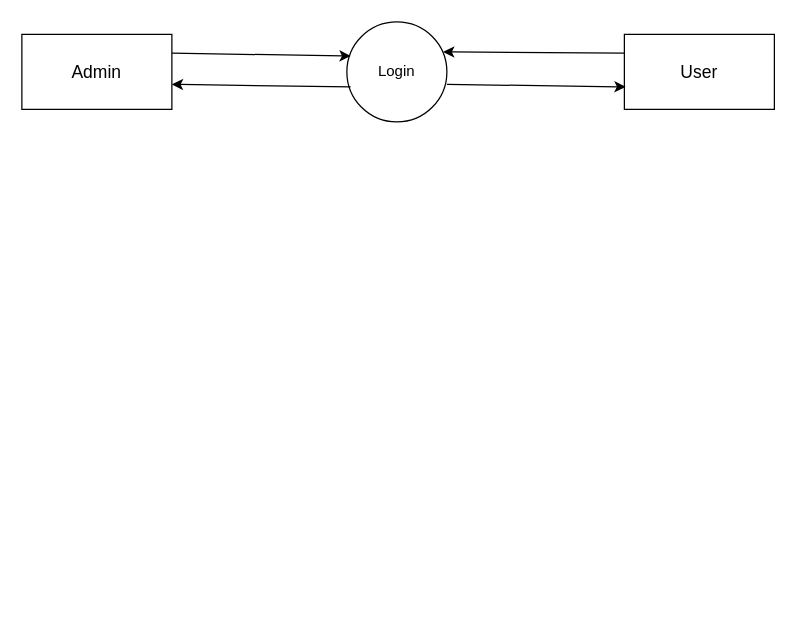
The draw.io diagram reeview-level1-dfd.drawio in aashu-kattel/Sys.-Analysis-Design, before the edit. Source tidied: cells renumbered, new cells numbered last; positions are measured from the earlier drawing's top-left corner, leaving out a move shared by most shapes. Both pictures are drawn from the tidied source at 125%, with x=0, y=0 at pixel (21, 21).
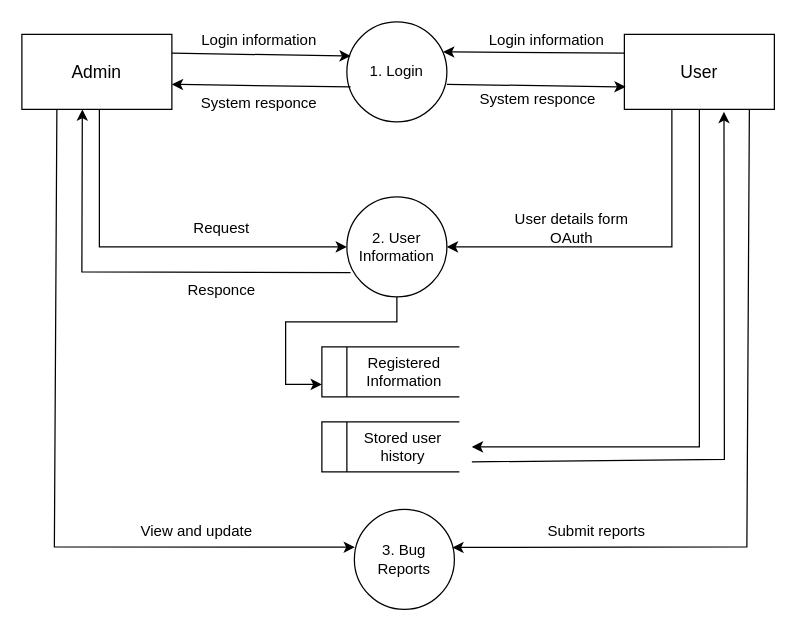
Above is the later version.

Unchanged cells that the change refers to:
```xml
<mxCell id="2" value="&lt;font style=&quot;font-size: 14px;&quot;&gt;Admin&lt;/font&gt;" style="rounded=0;whiteSpace=wrap;html=1;fillColor=none;" parent="1" vertex="1">
  <mxGeometry y="10" width="120" height="60" as="geometry" />
</mxCell>
<mxCell id="4" value="&lt;font style=&quot;font-size: 14px;&quot;&gt;User&lt;/font&gt;" style="rounded=0;whiteSpace=wrap;html=1;fillColor=none;" parent="1" vertex="1">
  <mxGeometry x="482" y="10" width="120" height="60" as="geometry" />
</mxCell>
```

Diff of the diagram source:
```diff
@@
-    <mxCell id="3" value="Login" style="ellipse;whiteSpace=wrap;html=1;fillColor=none;" parent="1" vertex="1">
+    <mxCell id="3" value="1. Login" style="ellipse;whiteSpace=wrap;html=1;fillColor=none;" parent="1" vertex="1">
       <mxGeometry x="260" width="80" height="80" as="geometry" />
     </mxCell>
@@
+    <mxCell id="9" value="Login information" style="text;html=1;align=center;verticalAlign=middle;whiteSpace=wrap;rounded=0;" parent="1" vertex="1">
+      <mxGeometry x="140" width="100" height="30" as="geometry" />
+    </mxCell>
+    <mxCell id="10" value="Login information" style="text;html=1;align=center;verticalAlign=middle;whiteSpace=wrap;rounded=0;" parent="1" vertex="1">
+      <mxGeometry x="370" width="100" height="30" as="geometry" />
+    </mxCell>
+    <mxCell id="11" value="System responce" style="text;html=1;align=center;verticalAlign=middle;whiteSpace=wrap;rounded=0;" parent="1" vertex="1">
+      <mxGeometry x="140" y="50" width="100" height="30" as="geometry" />
+    </mxCell>
+    <mxCell id="12" value="System responce" style="text;html=1;align=center;verticalAlign=middle;whiteSpace=wrap;rounded=0;" parent="1" vertex="1">
+      <mxGeometry x="363" y="47" width="100" height="30" as="geometry" />
+    </mxCell>
+    <mxCell id="13" style="edgeStyle=orthogonalEdgeStyle;rounded=0;jettySize=auto;html=1;exitX=0.5;exitY=1;exitDx=0;exitDy=0;" parent="1" edge="1" source="14">
+      <mxGeometry relative="1" as="geometry">
+        <mxPoint x="240" y="290" as="targetPoint" />
+        <Array as="points">
+          <mxPoint x="300" y="240" />
+          <mxPoint x="211" y="240" />
+          <mxPoint x="211" y="290" />
+        </Array>
+      </mxGeometry>
+    </mxCell>
+    <mxCell id="14" value="2. User Information" style="ellipse;whiteSpace=wrap;html=1;fillColor=none;" parent="1" vertex="1">
+      <mxGeometry x="260" y="140" width="80" height="80" as="geometry" />
+    </mxCell>
+    <mxCell id="15" style="endArrow=classic;html=1;rounded=0;entryX=1;entryY=0.5;entryDx=0;entryDy=0;" parent="1" edge="1" target="14">
+      <mxGeometry relative="1" as="geometry">
+        <mxPoint x="520" y="70" as="sourcePoint" />
+        <Array as="points">
+          <mxPoint x="520" y="180" />
+        </Array>
+      </mxGeometry>
+    </mxCell>
+    <mxCell id="16" style="endArrow=classic;html=1;rounded=0;exitX=0.5;exitY=1;exitDx=0;exitDy=0;entryX=0;entryY=0.5;entryDx=0;entryDy=0;" parent="1" edge="1" target="14">
+      <mxGeometry relative="1" as="geometry">
+        <mxPoint x="62" y="70" as="sourcePoint" />
+        <Array as="points">
+          <mxPoint x="62" y="180" />
+        </Array>
+      </mxGeometry>
+    </mxCell>
+    <mxCell id="17" value="User details form OAuth" style="text;html=1;align=center;verticalAlign=middle;whiteSpace=wrap;rounded=0;" parent="1" vertex="1">
+      <mxGeometry x="390" y="150" width="100" height="30" as="geometry" />
+    </mxCell>
+    <mxCell id="18" value="Request" style="text;html=1;align=center;verticalAlign=middle;whiteSpace=wrap;rounded=0;" parent="1" vertex="1">
+      <mxGeometry x="110" y="150" width="100" height="30" as="geometry" />
+    </mxCell>
+    <mxCell id="19" style="endArrow=classic;html=1;rounded=0;exitX=0.037;exitY=0.758;exitDx=0;exitDy=0;exitPerimeter=0;entryX=0.403;entryY=1;entryDx=0;entryDy=0;entryPerimeter=0;" parent="1" edge="1" source="14" target="2">
+      <mxGeometry relative="1" as="geometry">
+        <Array as="points">
+          <mxPoint x="48" y="200" />
+        </Array>
+      </mxGeometry>
+    </mxCell>
+    <mxCell id="20" value="Responce" style="text;html=1;align=center;verticalAlign=middle;whiteSpace=wrap;rounded=0;" parent="1" vertex="1">
+      <mxGeometry x="110" y="200" width="100" height="30" as="geometry" />
+    </mxCell>
+    <mxCell id="21" style="endArrow=none;html=1;rounded=0;" parent="1" edge="1">
+      <mxGeometry relative="1" as="geometry">
+        <mxPoint x="350" y="300" as="sourcePoint" />
+        <mxPoint x="350" y="260" as="targetPoint" />
+        <Array as="points">
+          <mxPoint x="240" y="300" />
+          <mxPoint x="240" y="260" />
+        </Array>
+      </mxGeometry>
+    </mxCell>
+    <mxCell id="22" style="endArrow=none;html=1;rounded=0;" parent="1" edge="1">
+      <mxGeometry relative="1" as="geometry">
+        <mxPoint x="260" y="300" as="sourcePoint" />
+        <mxPoint x="260" y="260" as="targetPoint" />
+      </mxGeometry>
+    </mxCell>
+    <mxCell id="23" value="Registered&lt;div&gt;Information&lt;/div&gt;" style="text;html=1;align=center;verticalAlign=middle;whiteSpace=wrap;rounded=0;" parent="1" vertex="1">
+      <mxGeometry x="276" y="265" width="60" height="30" as="geometry" />
+    </mxCell>
+    <mxCell id="24" style="endArrow=none;html=1;rounded=0;" parent="1" edge="1">
+      <mxGeometry relative="1" as="geometry">
+        <mxPoint x="350" y="360" as="sourcePoint" />
+        <mxPoint x="350" y="320" as="targetPoint" />
+        <Array as="points">
+          <mxPoint x="240" y="360" />
+          <mxPoint x="240" y="320" />
+        </Array>
+      </mxGeometry>
+    </mxCell>
+    <mxCell id="25" style="endArrow=none;html=1;rounded=0;" parent="1" edge="1">
+      <mxGeometry relative="1" as="geometry">
+        <mxPoint x="260" y="360" as="sourcePoint" />
+        <mxPoint x="260" y="320" as="targetPoint" />
+      </mxGeometry>
+    </mxCell>
+    <mxCell id="26" value="Stored user history" style="text;html=1;align=center;verticalAlign=middle;whiteSpace=wrap;rounded=0;" parent="1" vertex="1">
+      <mxGeometry x="268" y="325" width="74" height="30" as="geometry" />
+    </mxCell>
+    <mxCell id="27" style="endArrow=classic;html=1;rounded=0;entryX=0.664;entryY=1.033;entryDx=0;entryDy=0;entryPerimeter=0;" parent="1" edge="1" target="4">
+      <mxGeometry relative="1" as="geometry">
+        <mxPoint x="360" y="352" as="sourcePoint" />
+        <Array as="points">
+          <mxPoint x="562" y="350" />
+        </Array>
+      </mxGeometry>
+    </mxCell>
+    <mxCell id="28" style="endArrow=classic;html=1;rounded=0;exitX=0.5;exitY=1;exitDx=0;exitDy=0;" parent="1" edge="1" source="4">
+      <mxGeometry relative="1" as="geometry">
+        <mxPoint x="360" y="340" as="targetPoint" />
+        <Array as="points">
+          <mxPoint x="542" y="340" />
+        </Array>
+      </mxGeometry>
+    </mxCell>
+    <mxCell id="29" value="3. Bug Reports" style="ellipse;whiteSpace=wrap;html=1;fillColor=none;" parent="1" vertex="1">
+      <mxGeometry x="266" y="390" width="80" height="80" as="geometry" />
+    </mxCell>
+    <mxCell id="30" style="endArrow=classic;html=1;rounded=0;exitX=0.5;exitY=1;exitDx=0;exitDy=0;entryX=0.98;entryY=0.381;entryDx=0;entryDy=0;entryPerimeter=0;" parent="1" edge="1" target="29">
+      <mxGeometry relative="1" as="geometry">
+        <mxPoint x="582" y="70" as="sourcePoint" />
+        <Array as="points">
+          <mxPoint x="580" y="420" />
+        </Array>
+      </mxGeometry>
+    </mxCell>
+    <mxCell id="31" value="Submit reports" style="text;html=1;align=center;verticalAlign=middle;whiteSpace=wrap;rounded=0;" parent="1" vertex="1">
+      <mxGeometry x="410" y="393" width="100" height="30" as="geometry" />
+    </mxCell>
+    <mxCell id="32" style="endArrow=classic;html=1;rounded=0;exitX=0.5;exitY=1;exitDx=0;exitDy=0;entryX=0.005;entryY=0.378;entryDx=0;entryDy=0;entryPerimeter=0;" parent="1" edge="1" target="29">
+      <mxGeometry relative="1" as="geometry">
+        <mxPoint x="28" y="70" as="sourcePoint" />
+        <Array as="points">
+          <mxPoint x="26" y="420" />
+        </Array>
+      </mxGeometry>
+    </mxCell>
+    <mxCell id="33" value="View and update" style="text;html=1;align=center;verticalAlign=middle;whiteSpace=wrap;rounded=0;" parent="1" vertex="1">
+      <mxGeometry x="90" y="393" width="100" height="30" as="geometry" />
+    </mxCell>
```
